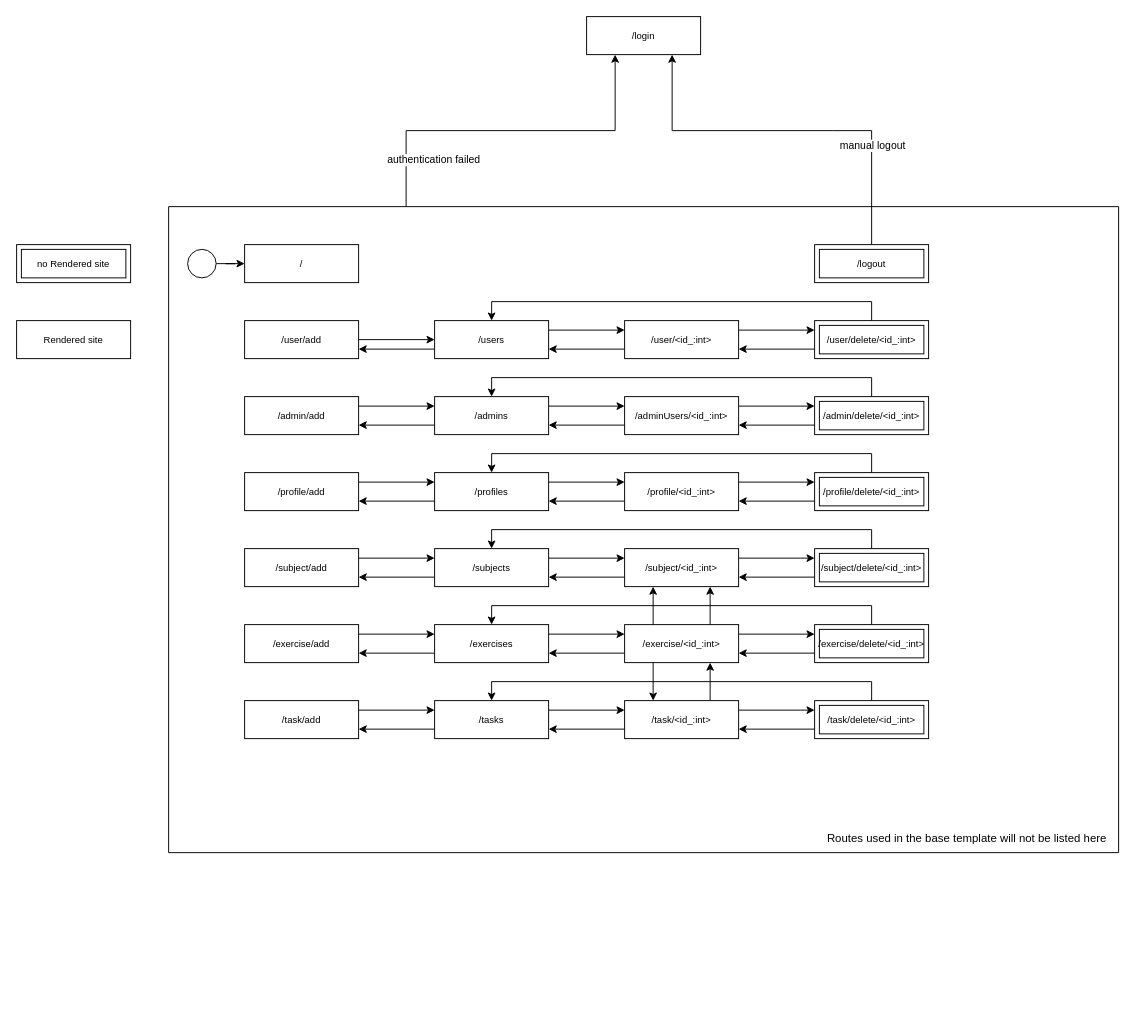
Earlier version of the draw.io diagram doc/frontend/admin/AdminFrontendTemplateLinks.drawio (ooemperor/CodeGrader). Source tidied: cells renumbered, new cells numbered last; positions are measured from the earlier drawing's top-left corner, leaving out a move shared by most shapes. Both pictures are drawn from the tidied source at 95%, with x=0, y=0 at pixel (16, 16).
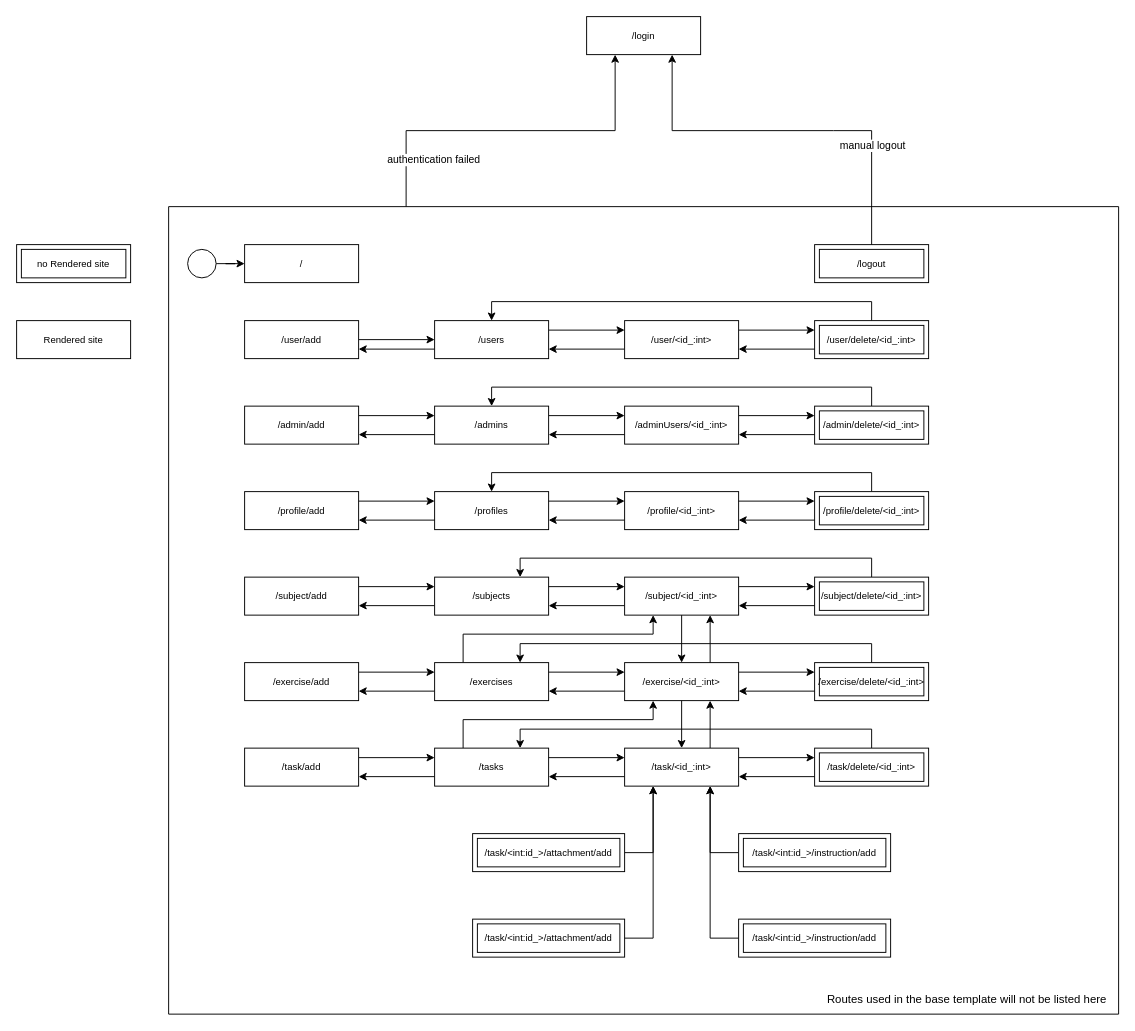
After the change.

What changed in the source:
```diff
@@
     <mxCell id="4" style="swimlane;startSize=0;" parent="1" vertex="1">
-      <mxGeometry x="160" y="200" width="1000" height="680" as="geometry" />
+      <mxGeometry x="160" y="200" width="1000" height="850" as="geometry" />
     </mxCell>
@@
     <mxCell id="17" value="&lt;font style=&quot;font-size: 10px;&quot;&gt;/admins&lt;/font&gt;" style="whiteSpace=wrap;html=1;align=center;" parent="4" vertex="1">
-      <mxGeometry x="280" y="200" width="120" height="40" as="geometry" />
+      <mxGeometry x="280" y="210" width="120" height="40" as="geometry" />
     </mxCell>
@@
     <mxCell id="20" value="&lt;font style=&quot;font-size: 10px;&quot;&gt;/adminUsers/&amp;lt;id_:int&amp;gt;&lt;/font&gt;" style="whiteSpace=wrap;html=1;align=center;" parent="4" vertex="1">
-      <mxGeometry x="480" y="200" width="120" height="40" as="geometry" />
+      <mxGeometry x="480" y="210" width="120" height="40" as="geometry" />
     </mxCell>
@@
     <mxCell id="24" value="&lt;font style=&quot;font-size: 10px;&quot;&gt;/admin/add&lt;/font&gt;" style="whiteSpace=wrap;html=1;align=center;" parent="4" vertex="1">
-      <mxGeometry x="80" y="200" width="120" height="40" as="geometry" />
+      <mxGeometry x="80" y="210" width="120" height="40" as="geometry" />
     </mxCell>
@@
     <mxCell id="26" value="&lt;span style=&quot;font-size: 10px;&quot;&gt;/subjects&lt;/span&gt;" style="whiteSpace=wrap;html=1;align=center;" parent="4" vertex="1">
-      <mxGeometry x="280" y="360" width="120" height="40" as="geometry" />
+      <mxGeometry x="280" y="390" width="120" height="40" as="geometry" />
     </mxCell>
@@
     <mxCell id="29" value="&lt;font style=&quot;font-size: 10px;&quot;&gt;/subject/&amp;lt;id_:int&amp;gt;&lt;/font&gt;" style="whiteSpace=wrap;html=1;align=center;" parent="4" vertex="1">
-      <mxGeometry x="480" y="360" width="120" height="40" as="geometry" />
+      <mxGeometry x="480" y="390" width="120" height="40" as="geometry" />
     </mxCell>
@@
     <mxCell id="32" value="&lt;font style=&quot;font-size: 10px;&quot;&gt;/subject/add&lt;/font&gt;" style="whiteSpace=wrap;html=1;align=center;" parent="4" vertex="1">
-      <mxGeometry x="80" y="360" width="120" height="40" as="geometry" />
+      <mxGeometry x="80" y="390" width="120" height="40" as="geometry" />
     </mxCell>
@@
+    <mxCell id="85" style="edgeStyle=orthogonalEdgeStyle;rounded=0;jettySize=auto;html=1;entryX=0.25;entryY=1;entryDx=0;entryDy=0;exitX=0.25;exitY=0;exitDx=0;exitDy=0;" parent="4" edge="1" source="34" target="29">
+      <mxGeometry relative="1" as="geometry">
+        <Array as="points">
+          <mxPoint x="310" y="450" />
+          <mxPoint x="510" y="450" />
+        </Array>
+      </mxGeometry>
+    </mxCell>
     <mxCell id="34" value="&lt;font style=&quot;font-size: 10px;&quot;&gt;/exercises&lt;/font&gt;" style="whiteSpace=wrap;html=1;align=center;" parent="4" vertex="1">
-      <mxGeometry x="280" y="440" width="120" height="40" as="geometry" />
+      <mxGeometry x="280" y="480" width="120" height="40" as="geometry" />
     </mxCell>
@@
     <mxCell id="37" value="&lt;font style=&quot;font-size: 10px;&quot;&gt;/exercise/&amp;lt;id_:int&amp;gt;&lt;/font&gt;" style="whiteSpace=wrap;html=1;align=center;" parent="4" vertex="1">
-      <mxGeometry x="480" y="440" width="120" height="40" as="geometry" />
+      <mxGeometry x="480" y="480" width="120" height="40" as="geometry" />
     </mxCell>
@@
     <mxCell id="40" value="&lt;font style=&quot;font-size: 10px;&quot;&gt;/exercise/add&lt;/font&gt;" style="whiteSpace=wrap;html=1;align=center;" parent="4" vertex="1">
-      <mxGeometry x="80" y="440" width="120" height="40" as="geometry" />
+      <mxGeometry x="80" y="480" width="120" height="40" as="geometry" />
     </mxCell>
@@
+    <mxCell id="86" style="edgeStyle=orthogonalEdgeStyle;rounded=0;jettySize=auto;html=1;entryX=0.25;entryY=1;entryDx=0;entryDy=0;exitX=0.25;exitY=0;exitDx=0;exitDy=0;" parent="4" edge="1" source="42" target="37">
+      <mxGeometry relative="1" as="geometry">
+        <Array as="points">
+          <mxPoint x="310" y="540" />
+          <mxPoint x="510" y="540" />
+        </Array>
+      </mxGeometry>
+    </mxCell>
     <mxCell id="42" value="&lt;font style=&quot;font-size: 10px;&quot;&gt;/tasks&lt;/font&gt;" style="whiteSpace=wrap;html=1;align=center;" parent="4" vertex="1">
-      <mxGeometry x="280" y="520" width="120" height="40" as="geometry" />
+      <mxGeometry x="280" y="570" width="120" height="40" as="geometry" />
     </mxCell>
@@
     <mxCell id="46" value="&lt;font style=&quot;font-size: 10px;&quot;&gt;/task/&amp;lt;id_:int&amp;gt;&lt;/font&gt;" style="whiteSpace=wrap;html=1;align=center;" parent="4" vertex="1">
-      <mxGeometry x="480" y="520" width="120" height="40" as="geometry" />
+      <mxGeometry x="480" y="570" width="120" height="40" as="geometry" />
     </mxCell>
@@
     <mxCell id="49" value="&lt;font style=&quot;font-size: 10px;&quot;&gt;/task/add&lt;/font&gt;" style="whiteSpace=wrap;html=1;align=center;" parent="4" vertex="1">
-      <mxGeometry x="80" y="520" width="120" height="40" as="geometry" />
+      <mxGeometry x="80" y="570" width="120" height="40" as="geometry" />
     </mxCell>
-    <mxCell id="50" style="edgeStyle=orthogonalEdgeStyle;rounded=0;jettySize=auto;html=1;entryX=0.25;entryY=0;entryDx=0;entryDy=0;exitX=0.25;exitY=1;exitDx=0;exitDy=0;" parent="4" edge="1" source="37" target="46">
+    <mxCell id="50" style="edgeStyle=orthogonalEdgeStyle;rounded=0;jettySize=auto;html=1;entryX=0.5;entryY=0;entryDx=0;entryDy=0;exitX=0.5;exitY=1;exitDx=0;exitDy=0;" parent="4" edge="1" source="37" target="46">
       <mxGeometry relative="1" as="geometry" />
     </mxCell>
@@
-    <mxCell id="52" style="edgeStyle=orthogonalEdgeStyle;rounded=0;jettySize=auto;html=1;entryX=0.25;entryY=1;entryDx=0;entryDy=0;exitX=0.25;exitY=0;exitDx=0;exitDy=0;" parent="4" edge="1" source="37" target="29">
+    <mxCell id="52" style="edgeStyle=orthogonalEdgeStyle;rounded=0;jettySize=auto;html=1;entryX=0.5;entryY=1;entryDx=0;entryDy=0;exitX=0.5;exitY=0;exitDx=0;exitDy=0;startArrow=classic;startFill=1;endArrow=none;endFill=0;" parent="4" edge="1" source="37" target="29">
       <mxGeometry relative="1" as="geometry" />
     </mxCell>
     <mxCell id="53" value="Routes used in the base template will not be listed here" style="text;html=1;align=center;verticalAlign=middle;strokeColor=none;fillColor=none;" parent="4" vertex="1">
-      <mxGeometry x="680" y="650" width="320" height="30" as="geometry" />
+      <mxGeometry x="680" y="820" width="320" height="30" as="geometry" />
     </mxCell>
@@
     <mxCell id="57" value="&lt;font style=&quot;font-size: 10px;&quot;&gt;/admin/delete/&amp;lt;id_:int&amp;gt;&lt;/font&gt;" style="shape=ext;margin=3;double=1;whiteSpace=wrap;html=1;align=center;" parent="4" vertex="1">
-      <mxGeometry x="680" y="200" width="120" height="40" as="geometry" />
+      <mxGeometry x="680" y="210" width="120" height="40" as="geometry" />
     </mxCell>
-    <mxCell id="58" style="edgeStyle=orthogonalEdgeStyle;rounded=0;jettySize=auto;html=1;entryX=0.5;entryY=0;entryDx=0;entryDy=0;exitX=0.5;exitY=0;exitDx=0;exitDy=0;" parent="4" edge="1" source="59" target="26">
+    <mxCell id="58" style="edgeStyle=orthogonalEdgeStyle;rounded=0;jettySize=auto;html=1;entryX=0.75;entryY=0;entryDx=0;entryDy=0;exitX=0.5;exitY=0;exitDx=0;exitDy=0;" parent="4" edge="1" source="59" target="26">
       <mxGeometry relative="1" as="geometry" />
     </mxCell>
     <mxCell id="59" value="&lt;font style=&quot;font-size: 10px;&quot;&gt;/subject/delete/&amp;lt;id_:int&amp;gt;&lt;/font&gt;" style="shape=ext;margin=3;double=1;whiteSpace=wrap;html=1;align=center;" parent="4" vertex="1">
-      <mxGeometry x="680" y="360" width="120" height="40" as="geometry" />
+      <mxGeometry x="680" y="390" width="120" height="40" as="geometry" />
     </mxCell>
-    <mxCell id="60" style="edgeStyle=orthogonalEdgeStyle;rounded=0;jettySize=auto;html=1;entryX=0.5;entryY=0;entryDx=0;entryDy=0;exitX=0.5;exitY=0;exitDx=0;exitDy=0;" parent="4" edge="1" source="61" target="34">
+    <mxCell id="60" style="edgeStyle=orthogonalEdgeStyle;rounded=0;jettySize=auto;html=1;entryX=0.75;entryY=0;entryDx=0;entryDy=0;exitX=0.5;exitY=0;exitDx=0;exitDy=0;" parent="4" edge="1" source="61" target="34">
       <mxGeometry relative="1" as="geometry" />
     </mxCell>
     <mxCell id="61" value="&lt;font style=&quot;font-size: 10px;&quot;&gt;/exercise/delete/&amp;lt;id_:int&amp;gt;&lt;/font&gt;" style="shape=ext;margin=3;double=1;whiteSpace=wrap;html=1;align=center;" parent="4" vertex="1">
-      <mxGeometry x="680" y="440" width="120" height="40" as="geometry" />
+      <mxGeometry x="680" y="480" width="120" height="40" as="geometry" />
     </mxCell>
-    <mxCell id="62" style="edgeStyle=orthogonalEdgeStyle;rounded=0;jettySize=auto;html=1;entryX=0.5;entryY=0;entryDx=0;entryDy=0;exitX=0.5;exitY=0;exitDx=0;exitDy=0;" parent="4" edge="1" source="63" target="42">
+    <mxCell id="62" style="edgeStyle=orthogonalEdgeStyle;rounded=0;jettySize=auto;html=1;entryX=0.75;entryY=0;entryDx=0;entryDy=0;exitX=0.5;exitY=0;exitDx=0;exitDy=0;" parent="4" edge="1" source="63" target="42">
       <mxGeometry relative="1" as="geometry" />
     </mxCell>
     <mxCell id="63" value="&lt;font style=&quot;font-size: 10px;&quot;&gt;/task/delete/&amp;lt;id_:int&amp;gt;&lt;/font&gt;" style="shape=ext;margin=3;double=1;whiteSpace=wrap;html=1;align=center;" parent="4" vertex="1">
-      <mxGeometry x="680" y="520" width="120" height="40" as="geometry" />
+      <mxGeometry x="680" y="570" width="120" height="40" as="geometry" />
     </mxCell>
@@
     <mxCell id="69" value="&lt;font style=&quot;font-size: 10px;&quot;&gt;/profiles&lt;/font&gt;" style="whiteSpace=wrap;html=1;align=center;" parent="4" vertex="1">
-      <mxGeometry x="280" y="280" width="120" height="40" as="geometry" />
+      <mxGeometry x="280" y="300" width="120" height="40" as="geometry" />
     </mxCell>
@@
     <mxCell id="71" value="&lt;font style=&quot;font-size: 10px;&quot;&gt;/profile/&amp;lt;id_:int&amp;gt;&lt;/font&gt;" style="whiteSpace=wrap;html=1;align=center;" parent="4" vertex="1">
-      <mxGeometry x="480" y="280" width="120" height="40" as="geometry" />
+      <mxGeometry x="480" y="300" width="120" height="40" as="geometry" />
     </mxCell>
@@
     <mxCell id="74" value="&lt;font style=&quot;font-size: 10px;&quot;&gt;/profile/add&lt;/font&gt;" style="whiteSpace=wrap;html=1;align=center;" parent="4" vertex="1">
-      <mxGeometry x="80" y="280" width="120" height="40" as="geometry" />
+      <mxGeometry x="80" y="300" width="120" height="40" as="geometry" />
     </mxCell>
@@
     <mxCell id="77" value="&lt;font style=&quot;font-size: 10px;&quot;&gt;/profile/delete/&amp;lt;id_:int&amp;gt;&lt;/font&gt;" style="shape=ext;margin=3;double=1;whiteSpace=wrap;html=1;align=center;" parent="4" vertex="1">
-      <mxGeometry x="680" y="280" width="120" height="40" as="geometry" />
+      <mxGeometry x="680" y="300" width="120" height="40" as="geometry" />
     </mxCell>
@@
+    <mxCell id="87" style="edgeStyle=orthogonalEdgeStyle;rounded=0;jettySize=auto;html=1;entryX=0.25;entryY=1;entryDx=0;entryDy=0;startArrow=none;startFill=0;endArrow=classic;endFill=1;exitX=1;exitY=0.5;exitDx=0;exitDy=0;" parent="4" edge="1" source="88" target="46">
+      <mxGeometry relative="1" as="geometry" />
+    </mxCell>
+    <mxCell id="88" value="&lt;span style=&quot;font-size: 10px;&quot;&gt;/task/&amp;lt;int:id_&amp;gt;/attachment/add&lt;/span&gt;" style="shape=ext;margin=3;double=1;whiteSpace=wrap;html=1;align=center;" parent="4" vertex="1">
+      <mxGeometry x="320" y="660" width="160" height="40" as="geometry" />
+    </mxCell>
+    <mxCell id="89" style="edgeStyle=orthogonalEdgeStyle;rounded=0;jettySize=auto;html=1;entryX=0.75;entryY=1;entryDx=0;entryDy=0;startArrow=none;startFill=0;endArrow=classic;endFill=1;exitX=0;exitY=0.5;exitDx=0;exitDy=0;" parent="4" edge="1" source="90" target="46">
+      <mxGeometry relative="1" as="geometry" />
+    </mxCell>
+    <mxCell id="90" value="&lt;span style=&quot;font-size: 10px;&quot;&gt;/task/&amp;lt;int:id_&amp;gt;/instruction/add&lt;/span&gt;" style="shape=ext;margin=3;double=1;whiteSpace=wrap;html=1;align=center;" parent="4" vertex="1">
+      <mxGeometry x="600" y="660" width="160" height="40" as="geometry" />
+    </mxCell>
+    <mxCell id="91" value="&lt;span style=&quot;font-size: 10px;&quot;&gt;/task/&amp;lt;int:id_&amp;gt;/instruction/add&lt;/span&gt;" style="shape=ext;margin=3;double=1;whiteSpace=wrap;html=1;align=center;" parent="4" vertex="1">
+      <mxGeometry x="600" y="750" width="160" height="40" as="geometry" />
+    </mxCell>
+    <mxCell id="92" value="&lt;span style=&quot;font-size: 10px;&quot;&gt;/task/&amp;lt;int:id_&amp;gt;/attachment/add&lt;/span&gt;" style="shape=ext;margin=3;double=1;whiteSpace=wrap;html=1;align=center;" parent="4" vertex="1">
+      <mxGeometry x="320" y="750" width="160" height="40" as="geometry" />
+    </mxCell>
+    <mxCell id="93" style="edgeStyle=orthogonalEdgeStyle;rounded=0;jettySize=auto;html=1;entryX=0.75;entryY=1;entryDx=0;entryDy=0;startArrow=none;startFill=0;endArrow=classic;endFill=1;exitX=0;exitY=0.5;exitDx=0;exitDy=0;" parent="4" edge="1" source="91" target="46">
+      <mxGeometry relative="1" as="geometry" />
+    </mxCell>
+    <mxCell id="94" style="edgeStyle=orthogonalEdgeStyle;rounded=0;jettySize=auto;html=1;startArrow=none;startFill=0;endArrow=classic;endFill=1;exitX=1;exitY=0.5;exitDx=0;exitDy=0;entryX=0.25;entryY=1;entryDx=0;entryDy=0;" parent="4" edge="1" source="92" target="46">
+      <mxGeometry relative="1" as="geometry" />
+    </mxCell>
```
